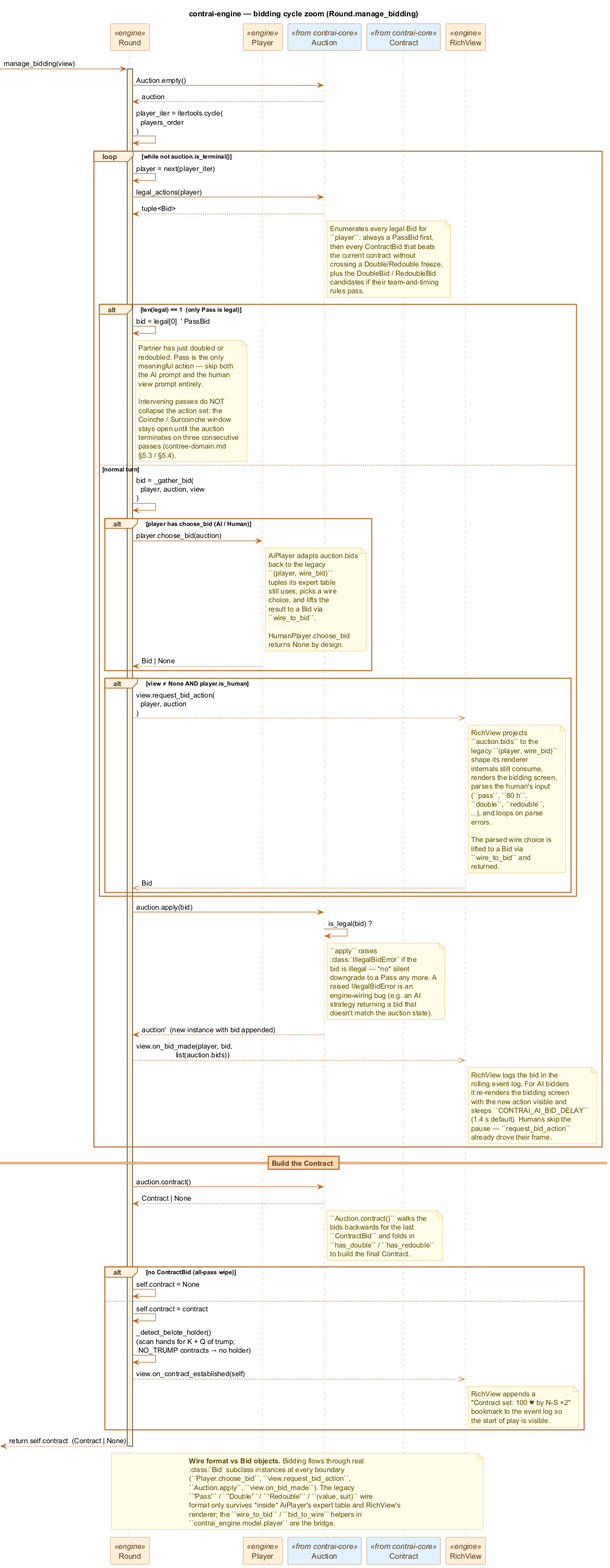
valmathieu/ContrAI keeps this PlantUML diagram as docs/diagrams/seq_bidding.png. Above is the earlier version.
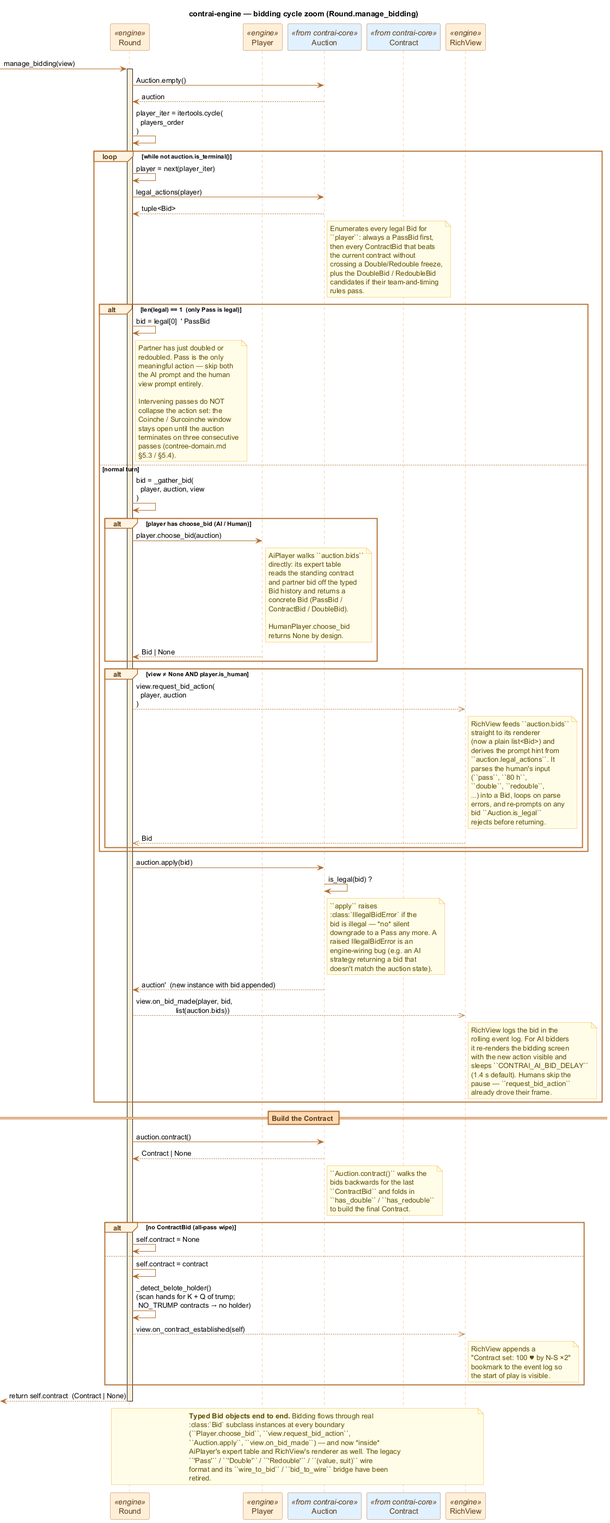
Later version of the same file.

Commit message:
docs(engine): update bidding docs and diagrams for the Bid-native flow

Change to the diagram source:
```diff
@@ -80,14 +80,13 @@
         alt player has choose_bid (AI / Human)
             R -> P : player.choose_bid(auction)
             note right of P
-              AiPlayer adapts auction.bids
-              back to the legacy
-              ``(player, wire_bid)``
-              tuples its expert table
-              still uses, picks a wire
-              choice, and lifts the
-              result to a Bid via
-              ``wire_to_bid``.
+              AiPlayer walks ``auction.bids``
+              directly: its expert table
+              reads the standing contract
+              and partner bid off the typed
+              Bid history and returns a
+              concrete Bid (PassBid /
+              ContractBid / DoubleBid).
 
               HumanPlayer.choose_bid
               returns None by design.
@@ -98,22 +97,18 @@
         alt view ≠ None AND player.is_human
             R -->> V : view.request_bid_action(\n  player, auction\n)
             note right of V
-              RichView projects
-              ``auction.bids`` to the
-              legacy ``(player, wire_bid)``
-              shape its renderer
-              internals still consume,
-              renders the bidding screen,
+              RichView feeds ``auction.bids``
+              straight to its renderer
+              (now a plain list<Bid>) and
+              derives the prompt hint from
+              ``auction.legal_actions``. It
               parses the human's input
               (``pass``, ``80 h``,
               ``double``, ``redouble``,
-              …), and loops on parse
-              errors.
-
-              The parsed wire choice is
-              lifted to a Bid via
-              ``wire_to_bid`` and
-              returned.
+              …) into a Bid, loops on parse
+              errors, and re-prompts on any
+              bid ``Auction.is_legal``
+              rejects before returning.
             end note
             V -->> R : Bid
         end
@@ -177,14 +172,14 @@
 deactivate R
 
 note over R, V
-  **Wire format vs Bid objects.** Bidding flows through real
+  **Typed Bid objects end to end.** Bidding flows through real
   :class:`Bid` subclass instances at every boundary
   (``Player.choose_bid``, ``view.request_bid_action``,
-  ``Auction.apply``, ``view.on_bid_made``). The legacy
+  ``Auction.apply``, ``view.on_bid_made``) — and now *inside*
+  AiPlayer's expert table and RichView's renderer as well. The legacy
   ``'Pass'`` / ``'Double'`` / ``'Redouble'`` / ``(value, suit)`` wire
-  format only survives *inside* AiPlayer's expert table and RichView's
-  renderer; the ``wire_to_bid`` / ``bid_to_wire`` helpers in
-  ``contrai_engine.model.player`` are the bridge.
+  format and its ``wire_to_bid`` / ``bid_to_wire`` bridge have been
+  retired.
 end note
 
 @enduml
```
